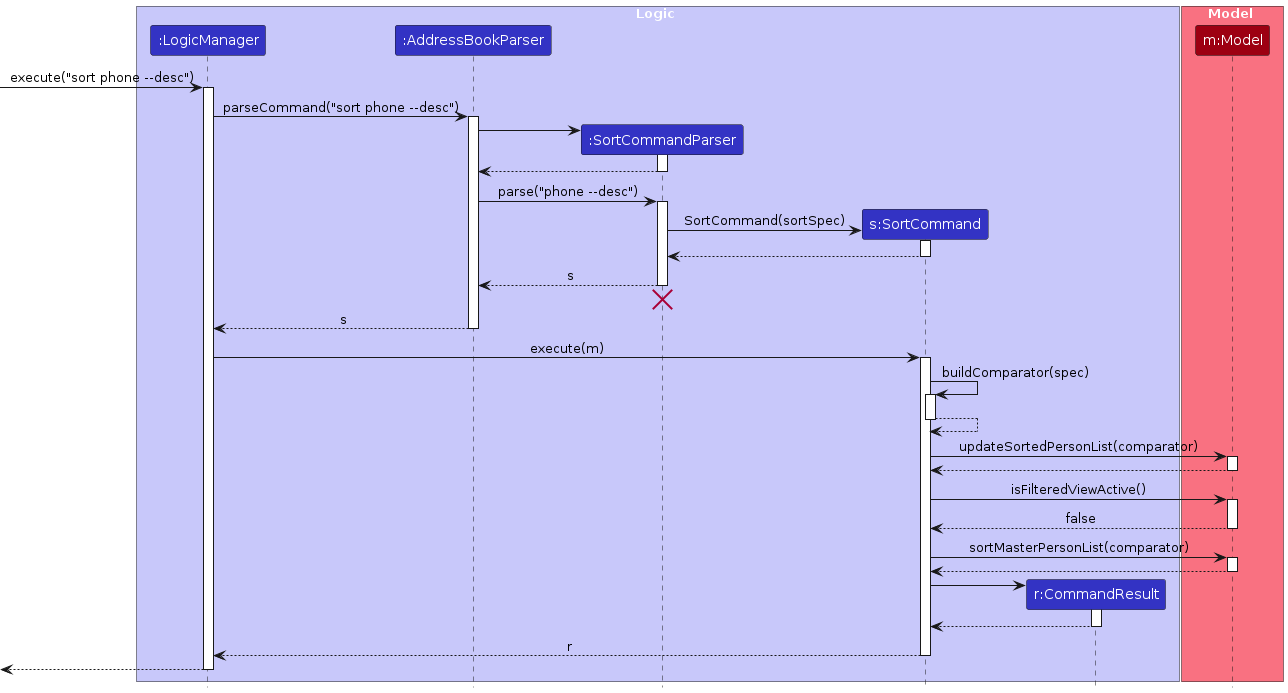
This is diagrams/SortSequenceDiagram.png from AY2526S2-CS2103T-T16-1/tp, a PlantUML export, as it was before one commit. Its source is kept beside it as diagrams/SortSequenceDiagram.puml.
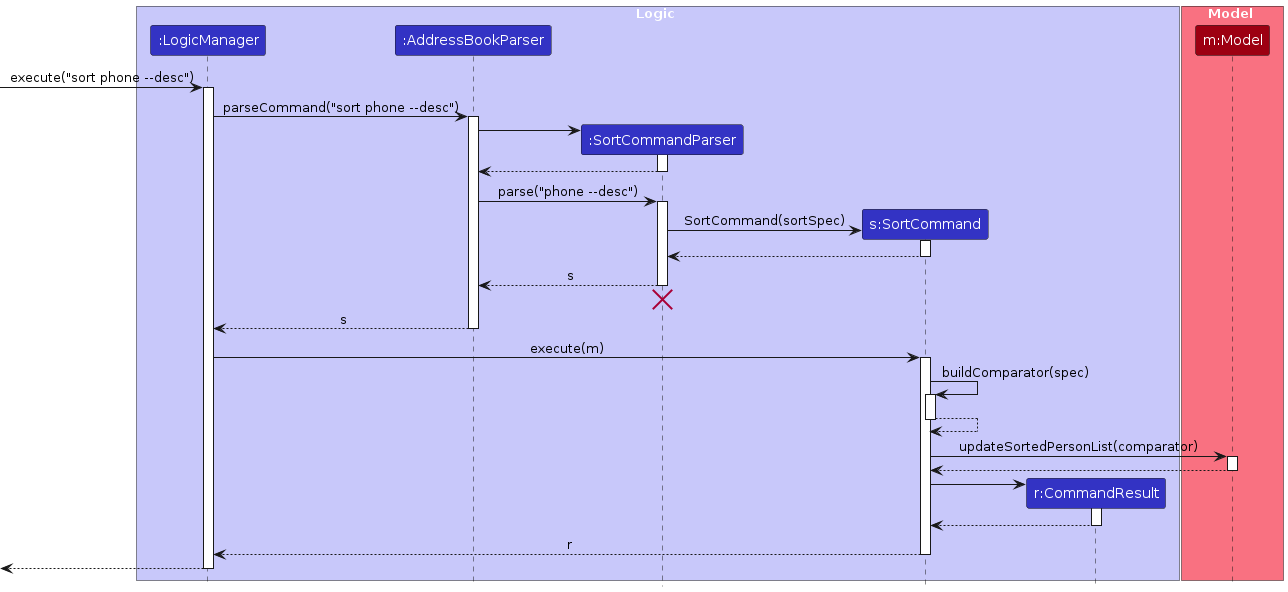
After the commit.

Change to the diagram source:
```diff
@@ -58,16 +58,6 @@
 Model --> SortCommand
 deactivate Model
 
-SortCommand -> Model : isFilteredViewActive()
-activate Model
-Model --> SortCommand : false
-deactivate Model
-
-SortCommand -> Model : sortMasterPersonList(comparator)
-activate Model
-Model --> SortCommand
-deactivate Model
-
 create CommandResult
 SortCommand -> CommandResult
 activate CommandResult
```
